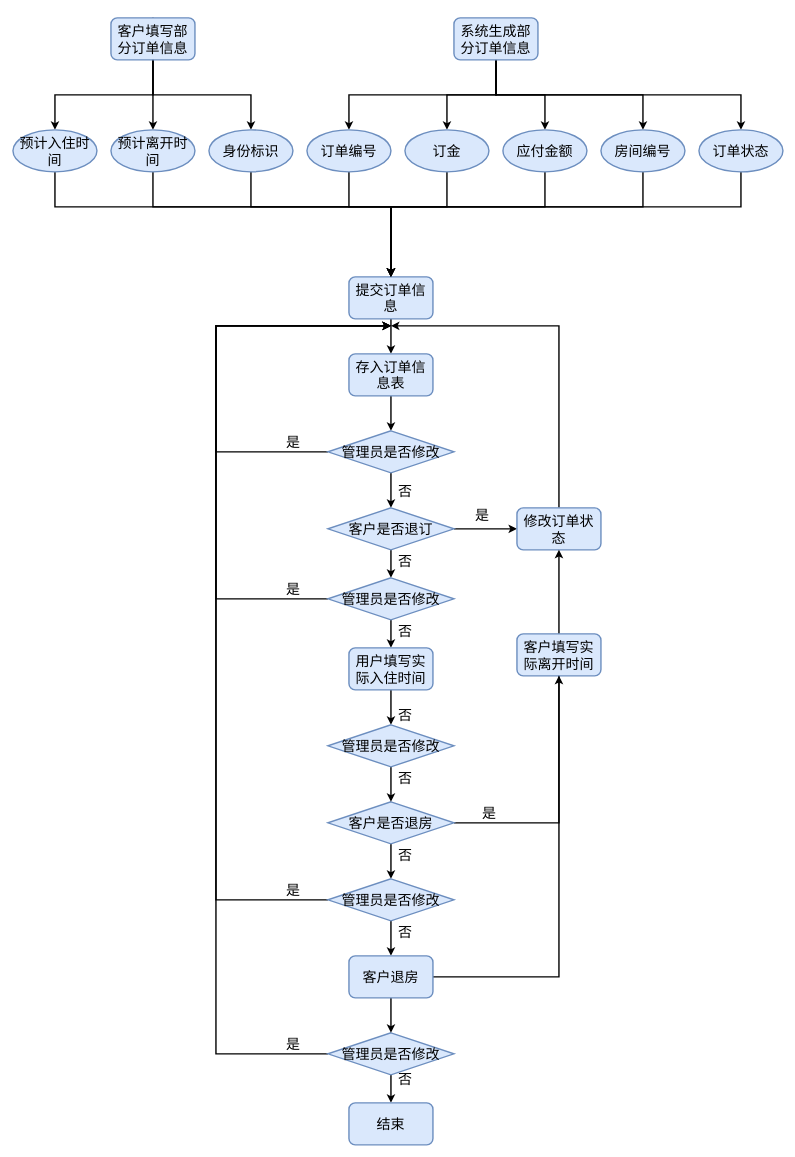
The draw.io diagram docs/src/订单信息.drawio in AndSonder/smart-hotel-database, before the edit. Source tidied: cells renumbered, new cells numbered last; positions are measured from the earlier drawing's top-left corner, leaving out a move shared by most shapes. Both pictures are drawn from the tidied source at 70%, with x=0, y=0 at pixel (13, 18).
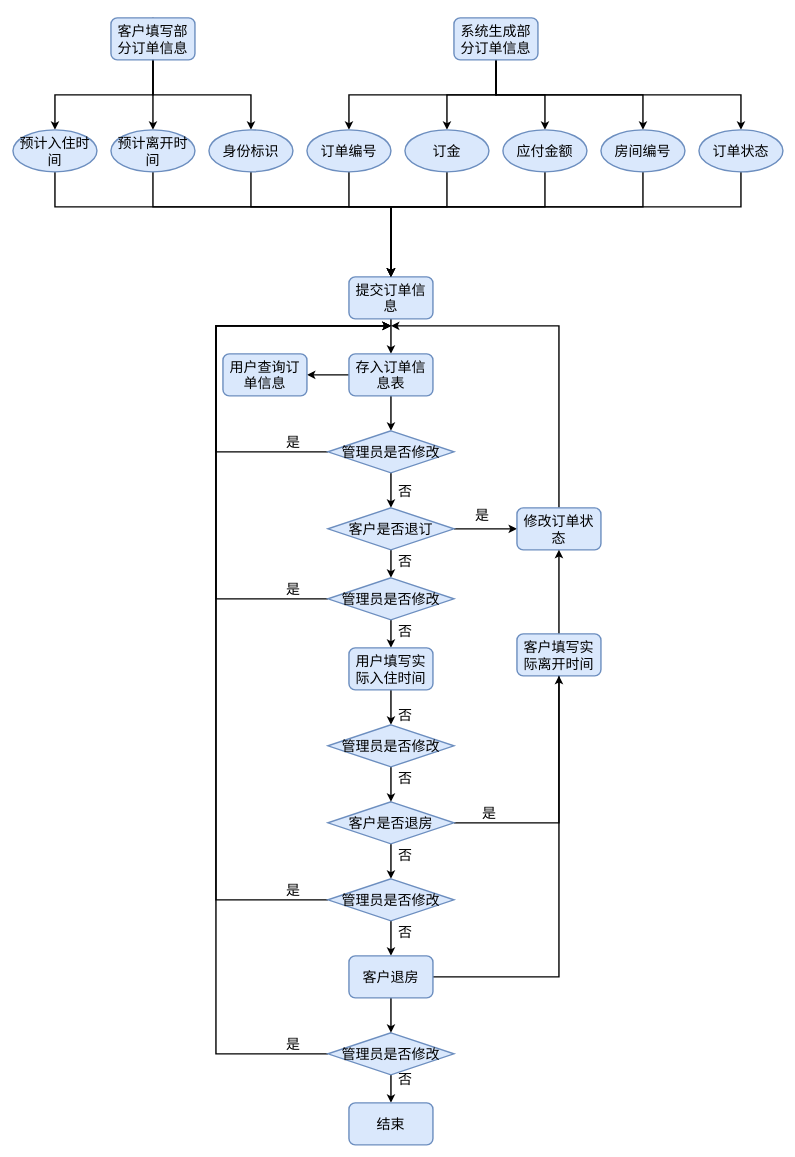
The same diagram, later.

The change refers to these unchanged cells:
```xml
<mxCell id="39" value="存入订单信息表" style="rounded=1;whiteSpace=wrap;html=1;fillColor=#dae8fc;strokeColor=#6c8ebf;strokeWidth=2;fontSize=20;" parent="1" vertex="1">
  <mxGeometry x="480" y="480" width="120" height="60" as="geometry" />
</mxCell>
```

Change to the diagram source:
```diff
@@
+    <mxCell id="75" style="edgeStyle=elbowEdgeStyle;rounded=0;jettySize=auto;html=1;exitX=0;exitY=0.5;exitDx=0;exitDy=0;entryX=1;entryY=0.5;entryDx=0;entryDy=0;fontSize=20;strokeWidth=2;" parent="1" edge="1" source="39" target="76">
+      <mxGeometry relative="1" as="geometry" />
+    </mxCell>
@@
+    <mxCell id="76" value="用户查询订单信息" style="rounded=1;whiteSpace=wrap;html=1;fillColor=#dae8fc;strokeColor=#6c8ebf;strokeWidth=2;fontSize=20;" parent="1" vertex="1">
+      <mxGeometry x="300" y="480" width="120" height="60" as="geometry" />
+    </mxCell>
```
